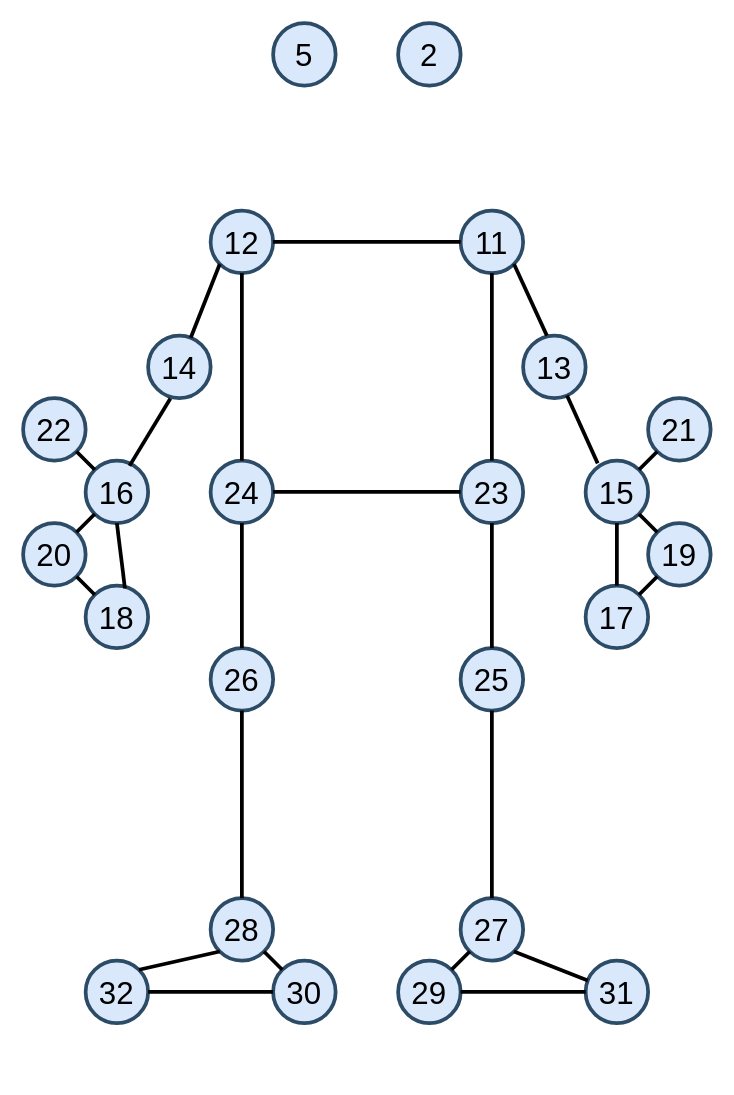
oleksandrblazhko/VirtYoga keeps this draw.io diagram as page "Звичайна поза. Фронтальна проєкція" (1 of 2) of YogaDocs/Skeleton.drawio. Above is the earlier version. Source tidied: cells renumbered, new cells numbered last; positions are measured from the earlier drawing's top-left corner, leaving out a move shared by most shapes. Both pictures are drawn from the tidied source at 125%, with x=0, y=0 at pixel (22, 22).
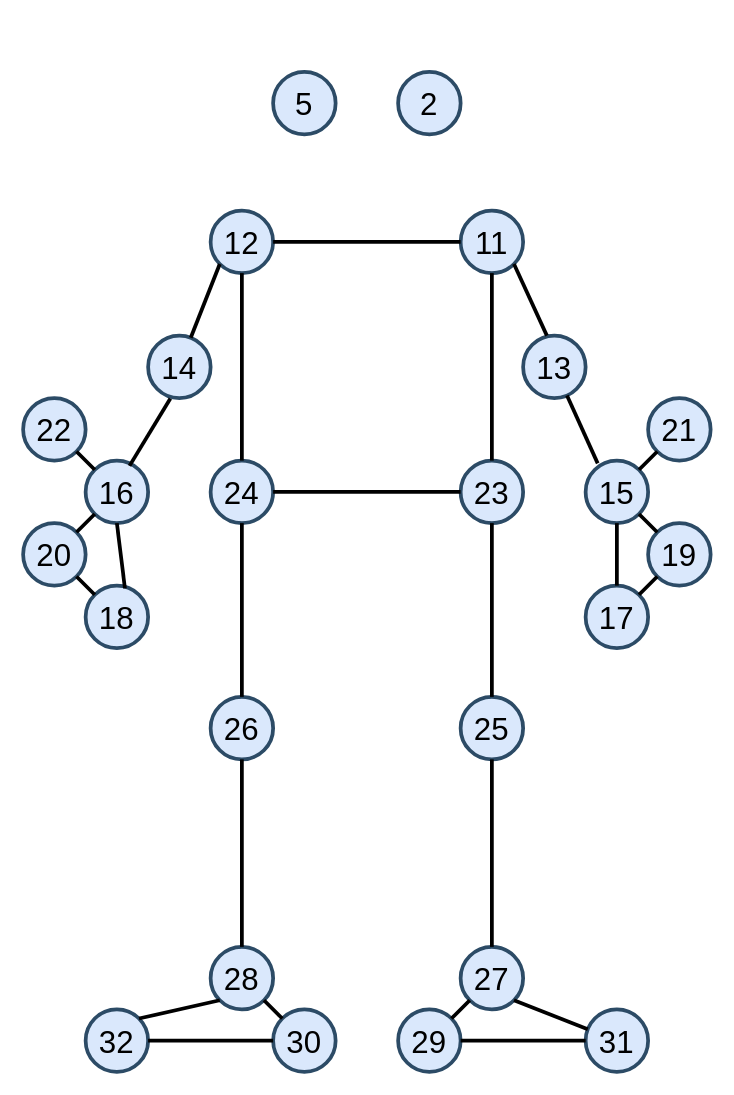
The same diagram, later.

The change refers to these unchanged cells:
```xml
<mxCell id="11" value="&lt;font style=&quot;font-size: 25px;&quot;&gt;23&lt;/font&gt;" style="ellipse;whiteSpace=wrap;html=1;strokeWidth=3;fillColor=#dae8fc;strokeColor=#2C4B66;" parent="1" vertex="1">
  <mxGeometry x="350" y="350" width="50" height="50" as="geometry" />
</mxCell>
```

The edit, as a diff of the source:
```diff
@@
     <mxCell id="2" value="&lt;font style=&quot;font-size: 25px;&quot;&gt;5&lt;/font&gt;" style="ellipse;whiteSpace=wrap;html=1;strokeWidth=3;fillColor=#dae8fc;strokeColor=#2C4B66;" parent="1" vertex="1">
-      <mxGeometry x="200" width="50" height="50" as="geometry" />
+      <mxGeometry x="200" y="39" width="50" height="50" as="geometry" />
     </mxCell>
     <mxCell id="3" value="&lt;font style=&quot;font-size: 25px;&quot;&gt;2&lt;/font&gt;" style="ellipse;whiteSpace=wrap;html=1;strokeWidth=3;fillColor=#dae8fc;strokeColor=#2C4B66;" parent="1" vertex="1">
-      <mxGeometry x="300" width="50" height="50" as="geometry" />
+      <mxGeometry x="300" y="39" width="50" height="50" as="geometry" />
     </mxCell>
@@
     <mxCell id="12" value="&lt;font style=&quot;font-size: 25px;&quot;&gt;26&lt;/font&gt;" style="ellipse;whiteSpace=wrap;html=1;strokeWidth=3;fillColor=#dae8fc;strokeColor=#2C4B66;" parent="1" vertex="1">
-      <mxGeometry x="150" y="500" width="50" height="50" as="geometry" />
+      <mxGeometry x="150" y="539" width="50" height="50" as="geometry" />
     </mxCell>
     <mxCell id="13" value="&lt;font style=&quot;font-size: 25px;&quot;&gt;25&lt;/font&gt;" style="ellipse;whiteSpace=wrap;html=1;strokeWidth=3;fillColor=#dae8fc;strokeColor=#2C4B66;" parent="1" vertex="1">
-      <mxGeometry x="350" y="500" width="50" height="50" as="geometry" />
+      <mxGeometry x="350" y="539" width="50" height="50" as="geometry" />
     </mxCell>
     <mxCell id="14" value="&lt;font style=&quot;font-size: 25px;&quot;&gt;28&lt;/font&gt;" style="ellipse;whiteSpace=wrap;html=1;strokeWidth=3;fillColor=#dae8fc;strokeColor=#2C4B66;" parent="1" vertex="1">
-      <mxGeometry x="150" y="700" width="50" height="50" as="geometry" />
+      <mxGeometry x="150" y="739" width="50" height="50" as="geometry" />
     </mxCell>
     <mxCell id="15" value="&lt;font style=&quot;font-size: 25px;&quot;&gt;27&lt;/font&gt;" style="ellipse;whiteSpace=wrap;html=1;strokeWidth=3;fillColor=#dae8fc;strokeColor=#2C4B66;" parent="1" vertex="1">
-      <mxGeometry x="350" y="700" width="50" height="50" as="geometry" />
+      <mxGeometry x="350" y="739" width="50" height="50" as="geometry" />
     </mxCell>
     <mxCell id="16" value="&lt;font style=&quot;font-size: 25px;&quot;&gt;30&lt;/font&gt;" style="ellipse;whiteSpace=wrap;html=1;strokeWidth=3;fillColor=#dae8fc;strokeColor=#2C4B66;" parent="1" vertex="1">
-      <mxGeometry x="200" y="750" width="50" height="50" as="geometry" />
+      <mxGeometry x="200" y="789" width="50" height="50" as="geometry" />
     </mxCell>
     <mxCell id="17" value="&lt;font style=&quot;font-size: 25px;&quot;&gt;29&lt;/font&gt;" style="ellipse;whiteSpace=wrap;html=1;strokeWidth=3;fillColor=#dae8fc;strokeColor=#2C4B66;" parent="1" vertex="1">
-      <mxGeometry x="300" y="750" width="50" height="50" as="geometry" />
+      <mxGeometry x="300" y="789" width="50" height="50" as="geometry" />
     </mxCell>
     <mxCell id="18" value="&lt;font style=&quot;font-size: 25px;&quot;&gt;32&lt;/font&gt;" style="ellipse;whiteSpace=wrap;html=1;strokeWidth=3;fillColor=#dae8fc;strokeColor=#2C4B66;" parent="1" vertex="1">
-      <mxGeometry x="50" y="750" width="50" height="50" as="geometry" />
+      <mxGeometry x="50" y="789" width="50" height="50" as="geometry" />
     </mxCell>
     <mxCell id="19" value="&lt;font style=&quot;font-size: 25px;&quot;&gt;31&lt;/font&gt;" style="ellipse;whiteSpace=wrap;html=1;strokeWidth=3;fillColor=#dae8fc;strokeColor=#2C4B66;" parent="1" vertex="1">
-      <mxGeometry x="450" y="750" width="50" height="50" as="geometry" />
+      <mxGeometry x="450" y="789" width="50" height="50" as="geometry" />
     </mxCell>
@@
-    <mxCell id="28" style="endArrow=none;html=1;rounded=0;exitX=0.5;exitY=0;exitDx=0;exitDy=0;entryX=0.5;entryY=1;entryDx=0;entryDy=0;strokeWidth=3;" parent="1" edge="1" source="13" target="11">
+    <mxCell id="28" style="endArrow=none;html=1;rounded=0;entryX=0.5;entryY=1;entryDx=0;entryDy=0;strokeWidth=3;" parent="1" edge="1" source="13" target="11">
       <mxGeometry relative="1" as="geometry" />
     </mxCell>
```
